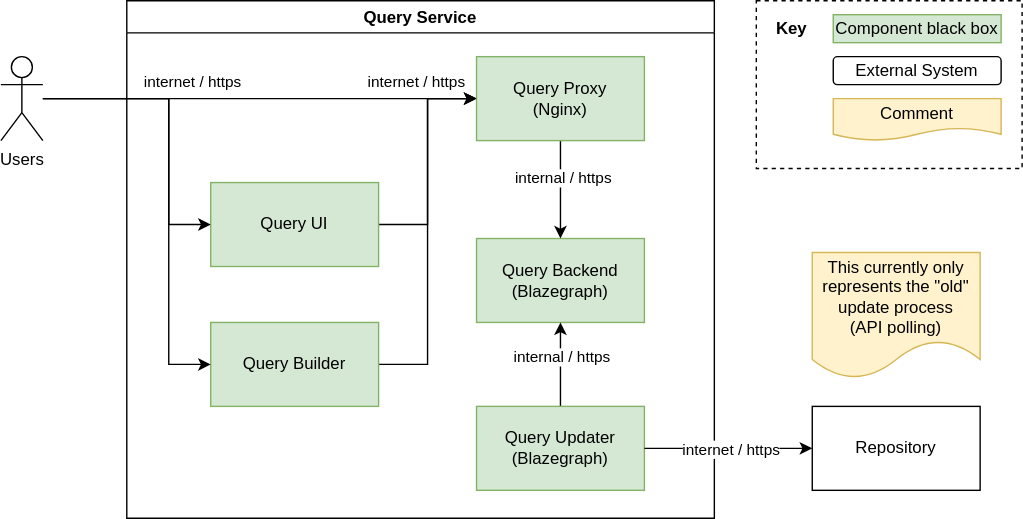
Above: systems/Query/diagrams/03-technical-context.drawio.svg in wmde/wikidata-wikibase-architecture (draw.io), before the change. Source tidied: cells renumbered, new cells last; positions are measured from the earlier drawing's top-left corner, leaving out a move shared by most shapes. Source of this version:
```xml
<mxGraphModel>
  <root>
    <mxCell id="0" />
    <mxCell id="1" parent="0" />
    <mxCell id="2" style="rounded=0;whiteSpace=wrap;html=1;fillColor=none;dashed=1;" parent="1" vertex="1">
      <mxGeometry x="540" width="190" height="120" as="geometry" />
    </mxCell>
    <mxCell id="3" value="&lt;b&gt;Key&lt;/b&gt;" style="text;html=1;align=center;verticalAlign=middle;strokeColor=none;" parent="1" vertex="1">
      <mxGeometry x="545" y="10" width="40" height="20" as="geometry" />
    </mxCell>
    <mxCell id="4" value="Component black box" style="rounded=0;whiteSpace=wrap;html=1;align=center;fillColor=#d5e8d4;strokeColor=#82b366;" parent="1" vertex="1">
      <mxGeometry x="595" y="10" width="120" height="20" as="geometry" />
    </mxCell>
    <mxCell id="5" value="External System" style="rounded=1;whiteSpace=wrap;html=1;align=center;" parent="1" vertex="1">
      <mxGeometry x="595" y="40" width="120" height="20" as="geometry" />
    </mxCell>
    <mxCell id="6" value="Query Service" style="swimlane;" parent="1" vertex="1">
      <mxGeometry x="90" width="420" height="370" as="geometry" />
    </mxCell>
    <mxCell id="7" value="Query Backend&lt;br&gt;(Blazegraph)" style="rounded=0;whiteSpace=wrap;html=1;fillColor=#d5e8d4;strokeColor=#82b366;" parent="6" vertex="1">
      <mxGeometry x="250" y="170" width="120" height="60" as="geometry" />
    </mxCell>
    <mxCell id="8" style="edgeStyle=orthogonalEdgeStyle;rounded=0;jettySize=auto;html=1;entryX=0;entryY=0.5;entryDx=0;entryDy=0;" parent="6" edge="1" source="9" target="14">
      <mxGeometry relative="1" as="geometry" />
    </mxCell>
    <mxCell id="9" value="Query UI" style="rounded=0;whiteSpace=wrap;html=1;fillColor=#d5e8d4;strokeColor=#82b366;" parent="6" vertex="1">
      <mxGeometry x="60" y="130" width="120" height="60" as="geometry" />
    </mxCell>
    <mxCell id="10" style="edgeStyle=orthogonalEdgeStyle;rounded=0;jettySize=auto;html=1;entryX=0;entryY=0.5;entryDx=0;entryDy=0;" parent="6" edge="1" source="11" target="14">
      <mxGeometry relative="1" as="geometry" />
    </mxCell>
    <mxCell id="11" value="Query Builder" style="rounded=0;whiteSpace=wrap;html=1;fillColor=#d5e8d4;strokeColor=#82b366;" parent="6" vertex="1">
      <mxGeometry x="60" y="230" width="120" height="60" as="geometry" />
    </mxCell>
    <mxCell id="12" style="edgeStyle=orthogonalEdgeStyle;rounded=0;jettySize=auto;html=1;entryX=0.5;entryY=0;entryDx=0;entryDy=0;" parent="6" edge="1" source="14" target="7">
      <mxGeometry relative="1" as="geometry" />
    </mxCell>
    <mxCell id="13" value="internal / https" style="edgeLabel;html=1;align=center;verticalAlign=middle;" parent="12" vertex="1">
      <mxGeometry x="-0.25" y="1" relative="1" as="geometry" />
    </mxCell>
    <mxCell id="14" value="Query Proxy&lt;br&gt;(Nginx)" style="rounded=0;whiteSpace=wrap;html=1;fillColor=#d5e8d4;strokeColor=#82b366;" parent="6" vertex="1">
      <mxGeometry x="250" y="40" width="120" height="60" as="geometry" />
    </mxCell>
    <mxCell id="15" style="edgeStyle=orthogonalEdgeStyle;rounded=0;jettySize=auto;html=1;entryX=0.5;entryY=1;entryDx=0;entryDy=0;" parent="6" edge="1" source="17" target="7">
      <mxGeometry relative="1" as="geometry" />
    </mxCell>
    <mxCell id="16" value="internal / https" style="edgeLabel;html=1;align=center;verticalAlign=middle;" parent="15" vertex="1">
      <mxGeometry x="0.19" relative="1" as="geometry" />
    </mxCell>
    <mxCell id="17" value="Query Updater&lt;br&gt;(Blazegraph)" style="rounded=0;whiteSpace=wrap;html=1;fillColor=#d5e8d4;strokeColor=#82b366;" parent="6" vertex="1">
      <mxGeometry x="250" y="290" width="120" height="60" as="geometry" />
    </mxCell>
    <mxCell id="18" value="internet / https" style="edgeLabel;html=1;align=center;verticalAlign=middle;" parent="6" vertex="1">
      <mxGeometry x="50" y="60" as="geometry">
        <mxPoint x="-4" y="-2" as="offset" />
      </mxGeometry>
    </mxCell>
    <mxCell id="19" value="internet / https" style="edgeLabel;html=1;align=center;verticalAlign=middle;" parent="6" vertex="1">
      <mxGeometry x="210" y="60" as="geometry">
        <mxPoint x="-4" y="-2" as="offset" />
      </mxGeometry>
    </mxCell>
    <mxCell id="20" value="Repository" style="rounded=0;whiteSpace=wrap;html=1;" parent="1" vertex="1">
      <mxGeometry x="580" y="290" width="120" height="60" as="geometry" />
    </mxCell>
    <mxCell id="21" style="edgeStyle=orthogonalEdgeStyle;rounded=0;jettySize=auto;html=1;" parent="1" edge="1" source="17" target="20">
      <mxGeometry relative="1" as="geometry" />
    </mxCell>
    <mxCell id="22" value="internet / https" style="edgeLabel;html=1;align=center;verticalAlign=middle;" parent="21" vertex="1">
      <mxGeometry x="-0.26" relative="1" as="geometry">
        <mxPoint x="16" as="offset" />
      </mxGeometry>
    </mxCell>
    <mxCell id="23" value="Comment" style="shape=document;whiteSpace=wrap;html=1;boundedLbl=1;fillColor=#fff2cc;strokeColor=#d6b656;" parent="1" vertex="1">
      <mxGeometry x="595" y="70" width="120" height="30" as="geometry" />
    </mxCell>
    <mxCell id="24" value="This currently only represents the &quot;old&quot; update process&lt;br&gt;(API polling)" style="shape=document;whiteSpace=wrap;html=1;boundedLbl=1;fillColor=#fff2cc;strokeColor=#d6b656;" parent="1" vertex="1">
      <mxGeometry x="580" y="180" width="120" height="90" as="geometry" />
    </mxCell>
    <mxCell id="25" style="edgeStyle=orthogonalEdgeStyle;rounded=0;jettySize=auto;html=1;entryX=0;entryY=0.5;entryDx=0;entryDy=0;" parent="1" edge="1" source="28" target="9">
      <mxGeometry relative="1" as="geometry">
        <Array as="points">
          <mxPoint x="120" y="70" />
          <mxPoint x="120" y="160" />
        </Array>
      </mxGeometry>
    </mxCell>
    <mxCell id="26" style="edgeStyle=orthogonalEdgeStyle;rounded=0;jettySize=auto;html=1;entryX=0;entryY=0.5;entryDx=0;entryDy=0;" parent="1" edge="1" source="28" target="11">
      <mxGeometry relative="1" as="geometry">
        <Array as="points">
          <mxPoint x="120" y="70" />
          <mxPoint x="120" y="260" />
        </Array>
      </mxGeometry>
    </mxCell>
    <mxCell id="27" style="edgeStyle=orthogonalEdgeStyle;rounded=0;jettySize=auto;html=1;entryX=0;entryY=0.5;entryDx=0;entryDy=0;" parent="1" edge="1" source="28" target="14">
      <mxGeometry relative="1" as="geometry" />
    </mxCell>
    <mxCell id="28" value="Users" style="shape=umlActor;verticalLabelPosition=bottom;verticalAlign=top;html=1;outlineConnect=0;" parent="1" vertex="1">
      <mxGeometry y="40" width="30" height="60" as="geometry" />
    </mxCell>
  </root>
</mxGraphModel>
```
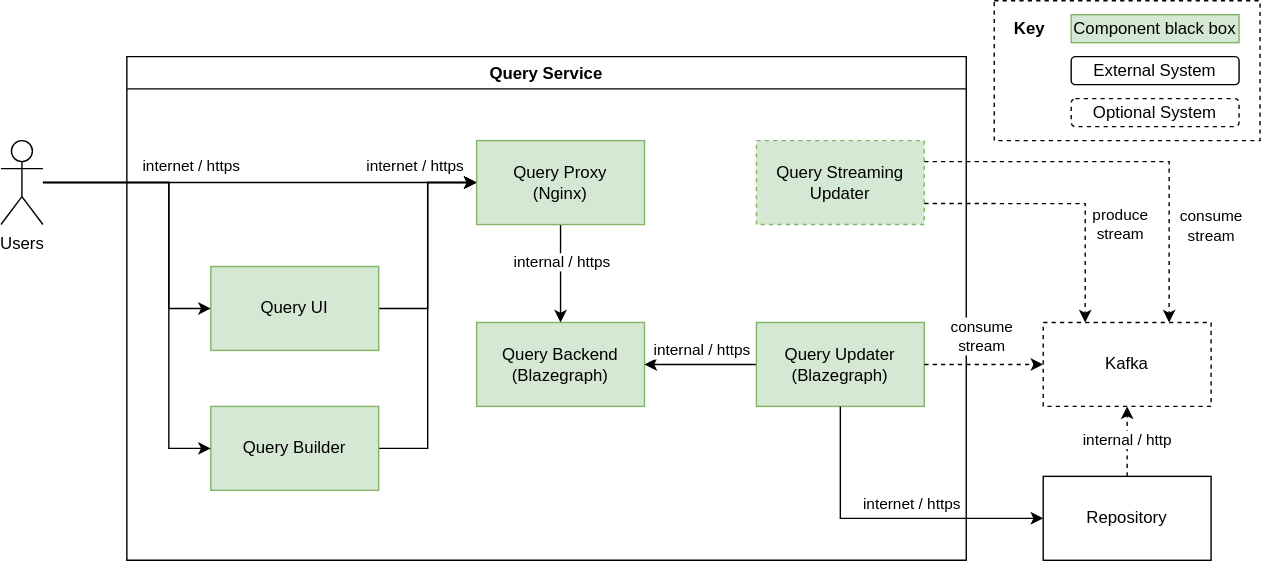
After the commit.

Commit message:
Include the new query service streaming updater

The edit, as a diff of the source:
```diff
@@ -3,7 +3,7 @@
     <mxCell id="0" />
     <mxCell id="1" parent="0" />
     <mxCell id="2" style="rounded=0;whiteSpace=wrap;html=1;fillColor=none;dashed=1;" parent="1" vertex="1">
-      <mxGeometry x="540" width="190" height="120" as="geometry" />
+      <mxGeometry x="540" width="190" height="100" as="geometry" />
     </mxCell>
     <mxCell id="3" value="&lt;b&gt;Key&lt;/b&gt;" style="text;html=1;align=center;verticalAlign=middle;strokeColor=none;" parent="1" vertex="1">
       <mxGeometry x="545" y="10" width="40" height="20" as="geometry" />
@@ -15,22 +15,22 @@
       <mxGeometry x="595" y="40" width="120" height="20" as="geometry" />
     </mxCell>
     <mxCell id="6" value="Query Service" style="swimlane;" parent="1" vertex="1">
-      <mxGeometry x="90" width="420" height="370" as="geometry" />
+      <mxGeometry x="-80" y="40" width="600" height="360" as="geometry" />
     </mxCell>
     <mxCell id="7" value="Query Backend&lt;br&gt;(Blazegraph)" style="rounded=0;whiteSpace=wrap;html=1;fillColor=#d5e8d4;strokeColor=#82b366;" parent="6" vertex="1">
-      <mxGeometry x="250" y="170" width="120" height="60" as="geometry" />
+      <mxGeometry x="250" y="190" width="120" height="60" as="geometry" />
     </mxCell>
     <mxCell id="8" style="edgeStyle=orthogonalEdgeStyle;rounded=0;jettySize=auto;html=1;entryX=0;entryY=0.5;entryDx=0;entryDy=0;" parent="6" edge="1" source="9" target="14">
       <mxGeometry relative="1" as="geometry" />
     </mxCell>
     <mxCell id="9" value="Query UI" style="rounded=0;whiteSpace=wrap;html=1;fillColor=#d5e8d4;strokeColor=#82b366;" parent="6" vertex="1">
-      <mxGeometry x="60" y="130" width="120" height="60" as="geometry" />
+      <mxGeometry x="60" y="150" width="120" height="60" as="geometry" />
     </mxCell>
     <mxCell id="10" style="edgeStyle=orthogonalEdgeStyle;rounded=0;jettySize=auto;html=1;entryX=0;entryY=0.5;entryDx=0;entryDy=0;" parent="6" edge="1" source="11" target="14">
       <mxGeometry relative="1" as="geometry" />
     </mxCell>
     <mxCell id="11" value="Query Builder" style="rounded=0;whiteSpace=wrap;html=1;fillColor=#d5e8d4;strokeColor=#82b366;" parent="6" vertex="1">
-      <mxGeometry x="60" y="230" width="120" height="60" as="geometry" />
+      <mxGeometry x="60" y="250" width="120" height="60" as="geometry" />
     </mxCell>
     <mxCell id="12" style="edgeStyle=orthogonalEdgeStyle;rounded=0;jettySize=auto;html=1;entryX=0.5;entryY=0;entryDx=0;entryDy=0;" parent="6" edge="1" source="14" target="7">
       <mxGeometry relative="1" as="geometry" />
@@ -39,57 +39,64 @@
       <mxGeometry x="-0.25" y="1" relative="1" as="geometry" />
     </mxCell>
     <mxCell id="14" value="Query Proxy&lt;br&gt;(Nginx)" style="rounded=0;whiteSpace=wrap;html=1;fillColor=#d5e8d4;strokeColor=#82b366;" parent="6" vertex="1">
-      <mxGeometry x="250" y="40" width="120" height="60" as="geometry" />
+      <mxGeometry x="250" y="60" width="120" height="60" as="geometry" />
     </mxCell>
-    <mxCell id="15" style="edgeStyle=orthogonalEdgeStyle;rounded=0;jettySize=auto;html=1;entryX=0.5;entryY=1;entryDx=0;entryDy=0;" parent="6" edge="1" source="17" target="7">
+    <mxCell id="15" style="edgeStyle=orthogonalEdgeStyle;rounded=0;jettySize=auto;html=1;entryX=1;entryY=0.5;entryDx=0;entryDy=0;" parent="6" edge="1" source="17" target="7">
       <mxGeometry relative="1" as="geometry" />
     </mxCell>
     <mxCell id="16" value="internal / https" style="edgeLabel;html=1;align=center;verticalAlign=middle;" parent="15" vertex="1">
-      <mxGeometry x="0.19" relative="1" as="geometry" />
+      <mxGeometry x="0.19" relative="1" as="geometry">
+        <mxPoint x="8" y="-10" as="offset" />
+      </mxGeometry>
     </mxCell>
     <mxCell id="17" value="Query Updater&lt;br&gt;(Blazegraph)" style="rounded=0;whiteSpace=wrap;html=1;fillColor=#d5e8d4;strokeColor=#82b366;" parent="6" vertex="1">
-      <mxGeometry x="250" y="290" width="120" height="60" as="geometry" />
+      <mxGeometry x="450" y="190" width="120" height="60" as="geometry" />
     </mxCell>
     <mxCell id="18" value="internet / https" style="edgeLabel;html=1;align=center;verticalAlign=middle;" parent="6" vertex="1">
-      <mxGeometry x="50" y="60" as="geometry">
+      <mxGeometry x="50" y="80" as="geometry">
         <mxPoint x="-4" y="-2" as="offset" />
       </mxGeometry>
     </mxCell>
     <mxCell id="19" value="internet / https" style="edgeLabel;html=1;align=center;verticalAlign=middle;" parent="6" vertex="1">
-      <mxGeometry x="210" y="60" as="geometry">
+      <mxGeometry x="210" y="80" as="geometry">
         <mxPoint x="-4" y="-2" as="offset" />
       </mxGeometry>
     </mxCell>
+    <mxCell id="29" value="Query Streaming Updater" style="rounded=0;whiteSpace=wrap;html=1;fillColor=#d5e8d4;strokeColor=#82b366;dashed=1;" parent="6" vertex="1">
+      <mxGeometry x="450" y="60" width="120" height="60" as="geometry" />
+    </mxCell>
+    <mxCell id="30" style="edgeStyle=orthogonalEdgeStyle;rounded=0;jettySize=auto;html=1;entryX=0.5;entryY=1;entryDx=0;entryDy=0;dashed=1;" parent="1" edge="1" source="20" target="32">
+      <mxGeometry relative="1" as="geometry" />
+    </mxCell>
+    <mxCell id="31" value="internal / http" style="edgeLabel;html=1;align=center;verticalAlign=middle;" parent="30" vertex="1">
+      <mxGeometry x="-0.24" y="1" relative="1" as="geometry">
+        <mxPoint x="1" y="-7" as="offset" />
+      </mxGeometry>
+    </mxCell>
     <mxCell id="20" value="Repository" style="rounded=0;whiteSpace=wrap;html=1;" parent="1" vertex="1">
-      <mxGeometry x="580" y="290" width="120" height="60" as="geometry" />
+      <mxGeometry x="575" y="340" width="120" height="60" as="geometry" />
     </mxCell>
-    <mxCell id="21" style="edgeStyle=orthogonalEdgeStyle;rounded=0;jettySize=auto;html=1;" parent="1" edge="1" source="17" target="20">
+    <mxCell id="21" style="edgeStyle=orthogonalEdgeStyle;rounded=0;jettySize=auto;html=1;exitX=0.5;exitY=1;exitDx=0;exitDy=0;entryX=0;entryY=0.5;entryDx=0;entryDy=0;" parent="1" edge="1" source="17" target="20">
       <mxGeometry relative="1" as="geometry" />
     </mxCell>
     <mxCell id="22" value="internet / https" style="edgeLabel;html=1;align=center;verticalAlign=middle;" parent="21" vertex="1">
       <mxGeometry x="-0.26" relative="1" as="geometry">
-        <mxPoint x="16" as="offset" />
+        <mxPoint x="47" y="-10" as="offset" />
       </mxGeometry>
     </mxCell>
-    <mxCell id="23" value="Comment" style="shape=document;whiteSpace=wrap;html=1;boundedLbl=1;fillColor=#fff2cc;strokeColor=#d6b656;" parent="1" vertex="1">
-      <mxGeometry x="595" y="70" width="120" height="30" as="geometry" />
-    </mxCell>
-    <mxCell id="24" value="This currently only represents the &quot;old&quot; update process&lt;br&gt;(API polling)" style="shape=document;whiteSpace=wrap;html=1;boundedLbl=1;fillColor=#fff2cc;strokeColor=#d6b656;" parent="1" vertex="1">
-      <mxGeometry x="580" y="180" width="120" height="90" as="geometry" />
-    </mxCell>
     <mxCell id="25" style="edgeStyle=orthogonalEdgeStyle;rounded=0;jettySize=auto;html=1;entryX=0;entryY=0.5;entryDx=0;entryDy=0;" parent="1" edge="1" source="28" target="9">
       <mxGeometry relative="1" as="geometry">
         <Array as="points">
-          <mxPoint x="120" y="70" />
-          <mxPoint x="120" y="160" />
+          <mxPoint x="-50" y="130" />
+          <mxPoint x="-50" y="220" />
         </Array>
       </mxGeometry>
     </mxCell>
     <mxCell id="26" style="edgeStyle=orthogonalEdgeStyle;rounded=0;jettySize=auto;html=1;entryX=0;entryY=0.5;entryDx=0;entryDy=0;" parent="1" edge="1" source="28" target="11">
       <mxGeometry relative="1" as="geometry">
         <Array as="points">
-          <mxPoint x="120" y="70" />
-          <mxPoint x="120" y="260" />
+          <mxPoint x="-50" y="130" />
+          <mxPoint x="-50" y="320" />
         </Array>
       </mxGeometry>
     </mxCell>
@@ -97,7 +104,37 @@
       <mxGeometry relative="1" as="geometry" />
     </mxCell>
     <mxCell id="28" value="Users" style="shape=umlActor;verticalLabelPosition=bottom;verticalAlign=top;html=1;outlineConnect=0;" parent="1" vertex="1">
-      <mxGeometry y="40" width="30" height="60" as="geometry" />
+      <mxGeometry x="-170" y="100" width="30" height="60" as="geometry" />
     </mxCell>
+    <mxCell id="32" value="Kafka" style="rounded=0;whiteSpace=wrap;html=1;dashed=1;" parent="1" vertex="1">
+      <mxGeometry x="575" y="230" width="120" height="60" as="geometry" />
+    </mxCell>
+    <mxCell id="33" style="edgeStyle=orthogonalEdgeStyle;rounded=0;jettySize=auto;html=1;entryX=0;entryY=0.5;entryDx=0;entryDy=0;dashed=1;" parent="1" edge="1" source="17" target="32">
+      <mxGeometry relative="1" as="geometry" />
+    </mxCell>
+    <mxCell id="34" value="consume&lt;br&gt;stream" style="edgeLabel;html=1;align=center;verticalAlign=middle;" parent="33" vertex="1">
+      <mxGeometry x="0.23" y="-1" relative="1" as="geometry">
+        <mxPoint x="-12" y="-21" as="offset" />
+      </mxGeometry>
+    </mxCell>
+    <mxCell id="35" style="edgeStyle=orthogonalEdgeStyle;rounded=0;jettySize=auto;html=1;exitX=1;exitY=0.25;exitDx=0;exitDy=0;entryX=0.75;entryY=0;entryDx=0;entryDy=0;dashed=1;" parent="1" edge="1" source="29" target="32">
+      <mxGeometry relative="1" as="geometry" />
+    </mxCell>
+    <mxCell id="36" value="consume&lt;br&gt;stream" style="edgeLabel;html=1;align=center;verticalAlign=middle;" parent="35" vertex="1">
+      <mxGeometry x="0.31" relative="1" as="geometry">
+        <mxPoint x="30" y="30" as="offset" />
+      </mxGeometry>
+    </mxCell>
+    <mxCell id="37" style="edgeStyle=orthogonalEdgeStyle;rounded=0;jettySize=auto;html=1;exitX=1;exitY=0.75;exitDx=0;exitDy=0;entryX=0.25;entryY=0;entryDx=0;entryDy=0;dashed=1;" parent="1" edge="1" source="29" target="32">
+      <mxGeometry relative="1" as="geometry" />
+    </mxCell>
+    <mxCell id="38" value="produce&lt;br&gt;stream" style="edgeLabel;html=1;align=center;verticalAlign=middle;" parent="37" vertex="1">
+      <mxGeometry x="0.29" y="1" relative="1" as="geometry">
+        <mxPoint x="24" y="1" as="offset" />
+      </mxGeometry>
+    </mxCell>
+    <mxCell id="39" value="Optional System" style="rounded=1;whiteSpace=wrap;html=1;align=center;dashed=1;" parent="1" vertex="1">
+      <mxGeometry x="595" y="70" width="120" height="20" as="geometry" />
+    </mxCell>
   </root>
 </mxGraphModel>
```
